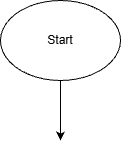
CarlaDub/holbertonschool-printf keeps this draw.io diagram as Projet printf.drawio.png. Above is the earlier version. Source tidied: cells renumbered, new cells last; positions are measured from the earlier drawing's top-left corner, leaving out a move shared by most shapes. The source it was exported from:
```xml
<mxGraphModel>
  <root>
    <mxCell id="0" />
    <mxCell id="1" parent="0" />
    <mxCell id="2" style="edgeStyle=orthogonalEdgeStyle;rounded=0;jettySize=auto;html=1;exitX=0.5;exitY=1;exitDx=0;exitDy=0;defaultLabelBackgroundColor=page;labelPadding=0 4;" parent="1" edge="1" source="3">
      <mxGeometry relative="1" as="geometry">
        <mxPoint x="60" y="140" as="targetPoint" />
      </mxGeometry>
    </mxCell>
    <mxCell id="3" style="ellipse;whiteSpace=wrap;html=1;shapeInside=1;" parent="1" vertex="1">
      <mxGeometry width="120" height="80" as="geometry" />
    </mxCell>
    <mxCell id="4" value="Start" style="text;html=1;whiteSpace=wrap;strokeColor=none;fillColor=none;align=center;verticalAlign=middle;rounded=0;" parent="1" vertex="1">
      <mxGeometry x="30" y="25" width="60" height="30" as="geometry" />
    </mxCell>
  </root>
</mxGraphModel>
```
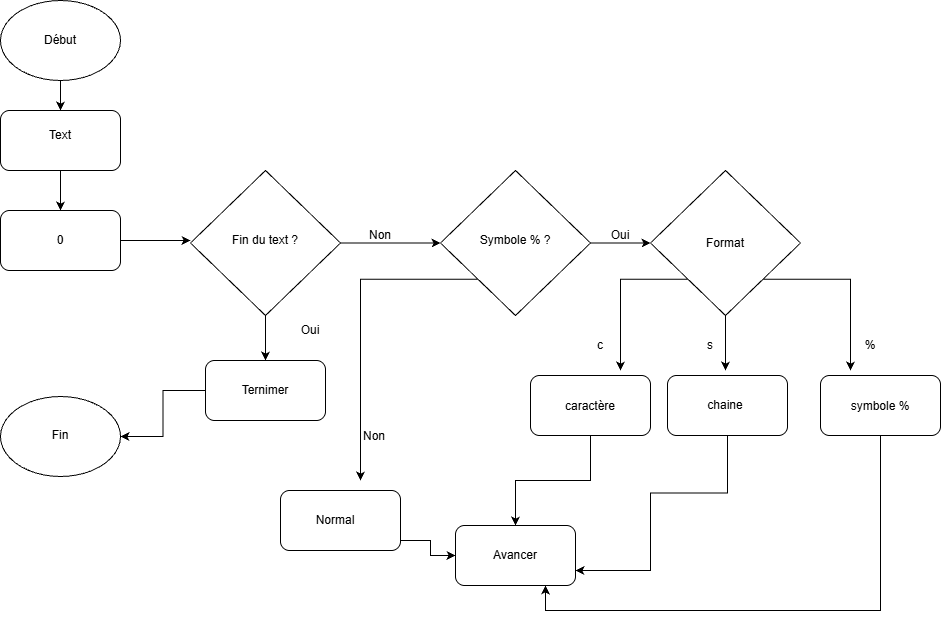
Later version of the same file.

Commit message:
Mettre à jour Projet printf.drawio.png

Change to the diagram source:
```diff
@@ -2,16 +2,185 @@
   <root>
     <mxCell id="0" />
     <mxCell id="1" parent="0" />
-    <mxCell id="2" style="edgeStyle=orthogonalEdgeStyle;rounded=0;jettySize=auto;html=1;exitX=0.5;exitY=1;exitDx=0;exitDy=0;defaultLabelBackgroundColor=page;labelPadding=0 4;" parent="1" edge="1" source="3">
-      <mxGeometry relative="1" as="geometry">
-        <mxPoint x="60" y="140" as="targetPoint" />
-      </mxGeometry>
+    <mxCell id="2" style="edgeStyle=orthogonalEdgeStyle;rounded=0;jettySize=auto;html=1;exitX=0.5;exitY=1;exitDx=0;exitDy=0;defaultLabelBackgroundColor=page;labelPadding=0 4;" parent="1" edge="1" source="3" target="7">
+      <mxGeometry relative="1" as="geometry" />
     </mxCell>
     <mxCell id="3" style="ellipse;whiteSpace=wrap;html=1;shapeInside=1;" parent="1" vertex="1">
       <mxGeometry width="120" height="80" as="geometry" />
     </mxCell>
-    <mxCell id="4" value="Start" style="text;html=1;whiteSpace=wrap;strokeColor=none;fillColor=none;align=center;verticalAlign=middle;rounded=0;" parent="1" vertex="1">
+    <mxCell id="4" value="Début" style="text;html=1;whiteSpace=wrap;strokeColor=none;fillColor=none;align=center;verticalAlign=middle;rounded=0;" parent="1" vertex="1">
       <mxGeometry x="30" y="25" width="60" height="30" as="geometry" />
     </mxCell>
+    <mxCell id="5" style="edgeStyle=orthogonalEdgeStyle;rounded=0;jettySize=auto;html=1;defaultLabelBackgroundColor=page;labelPadding=0 4;" parent="1" edge="1" source="7" target="8">
+      <mxGeometry relative="1" as="geometry" />
+    </mxCell>
+    <mxCell id="6" style="edgeStyle=orthogonalEdgeStyle;rounded=0;jettySize=auto;html=1;exitX=0.5;exitY=1;exitDx=0;exitDy=0;defaultLabelBackgroundColor=page;labelPadding=0 4;" parent="1" edge="1" source="7">
+      <mxGeometry relative="1" as="geometry">
+        <mxPoint x="60" y="210" as="targetPoint" />
+      </mxGeometry>
+    </mxCell>
+    <mxCell id="7" style="rounded=1;whiteSpace=wrap;html=1;roundedPerimeter=1;" parent="1" vertex="1">
+      <mxGeometry y="110" width="120" height="60" as="geometry" />
+    </mxCell>
+    <mxCell id="8" value="Text" style="text;html=1;whiteSpace=wrap;strokeColor=none;fillColor=none;align=center;verticalAlign=middle;rounded=0;" parent="1" vertex="1">
+      <mxGeometry x="30" y="120" width="60" height="30" as="geometry" />
+    </mxCell>
+    <mxCell id="9" style="edgeStyle=orthogonalEdgeStyle;rounded=0;jettySize=auto;html=1;exitX=1;exitY=0.5;exitDx=0;exitDy=0;defaultLabelBackgroundColor=page;labelPadding=0 4;" parent="1" edge="1" source="10">
+      <mxGeometry relative="1" as="geometry">
+        <mxPoint x="190" y="240" as="targetPoint" />
+      </mxGeometry>
+    </mxCell>
+    <mxCell id="10" style="rounded=1;whiteSpace=wrap;html=1;roundedPerimeter=1;" parent="1" vertex="1">
+      <mxGeometry y="210" width="120" height="60" as="geometry" />
+    </mxCell>
+    <mxCell id="11" value="0" style="text;html=1;whiteSpace=wrap;strokeColor=none;fillColor=none;align=center;verticalAlign=middle;rounded=0;" parent="1" vertex="1">
+      <mxGeometry x="30" y="225" width="60" height="30" as="geometry" />
+    </mxCell>
+    <mxCell id="12" style="edgeStyle=orthogonalEdgeStyle;rounded=0;jettySize=auto;html=1;exitX=1;exitY=0.5;exitDx=0;exitDy=0;entryX=0;entryY=0.5;entryDx=0;entryDy=0;defaultLabelBackgroundColor=page;labelPadding=0 4;" parent="1" edge="1" source="14" target="18">
+      <mxGeometry relative="1" as="geometry" />
+    </mxCell>
+    <mxCell id="13" style="edgeStyle=orthogonalEdgeStyle;rounded=0;jettySize=auto;html=1;exitX=0.5;exitY=1;exitDx=0;exitDy=0;defaultLabelBackgroundColor=page;labelPadding=0 4;" parent="1" edge="1" source="14">
+      <mxGeometry relative="1" as="geometry">
+        <mxPoint x="265" y="360" as="targetPoint" />
+      </mxGeometry>
+    </mxCell>
+    <mxCell id="14" style="rhombus;whiteSpace=wrap;html=1;shapeInside=1;" parent="1" vertex="1">
+      <mxGeometry x="190" y="170" width="150" height="145" as="geometry" />
+    </mxCell>
+    <mxCell id="15" value="Fin du text ?" style="text;html=1;whiteSpace=wrap;strokeColor=none;fillColor=none;align=center;verticalAlign=middle;rounded=0;" parent="1" vertex="1">
+      <mxGeometry x="225" y="225" width="80" height="30" as="geometry" />
+    </mxCell>
+    <mxCell id="16" style="edgeStyle=orthogonalEdgeStyle;rounded=0;jettySize=auto;html=1;defaultLabelBackgroundColor=page;labelPadding=0 4;" parent="1" edge="1" source="18">
+      <mxGeometry relative="1" as="geometry">
+        <mxPoint x="650" y="242.5" as="targetPoint" />
+      </mxGeometry>
+    </mxCell>
+    <mxCell id="17" style="edgeStyle=orthogonalEdgeStyle;rounded=0;jettySize=auto;html=1;exitX=0;exitY=1;exitDx=0;exitDy=0;defaultLabelBackgroundColor=page;labelPadding=0 4;" parent="1" edge="1" source="18">
+      <mxGeometry relative="1" as="geometry">
+        <mxPoint x="360" y="480" as="targetPoint" />
+      </mxGeometry>
+    </mxCell>
+    <mxCell id="18" style="rhombus;whiteSpace=wrap;html=1;shapeInside=1;" parent="1" vertex="1">
+      <mxGeometry x="440" y="170" width="150" height="145" as="geometry" />
+    </mxCell>
+    <mxCell id="19" value="Symbole % ?" style="text;html=1;whiteSpace=wrap;strokeColor=none;fillColor=none;align=center;verticalAlign=middle;rounded=0;" parent="1" vertex="1">
+      <mxGeometry x="475" y="225" width="80" height="30" as="geometry" />
+    </mxCell>
+    <mxCell id="20" value="Non" style="text;html=1;whiteSpace=wrap;strokeColor=none;fillColor=none;align=center;verticalAlign=middle;rounded=0;" parent="1" vertex="1">
+      <mxGeometry x="350" y="220" width="60" height="30" as="geometry" />
+    </mxCell>
+    <mxCell id="21" style="edgeStyle=orthogonalEdgeStyle;rounded=0;jettySize=auto;html=1;exitX=0;exitY=0.5;exitDx=0;exitDy=0;defaultLabelBackgroundColor=page;labelPadding=0 4;" parent="1" edge="1" source="22" target="49">
+      <mxGeometry relative="1" as="geometry" />
+    </mxCell>
+    <mxCell id="22" style="rounded=1;whiteSpace=wrap;html=1;roundedPerimeter=1;" parent="1" vertex="1">
+      <mxGeometry x="205" y="360" width="120" height="60" as="geometry" />
+    </mxCell>
+    <mxCell id="23" value="Ternimer" style="text;html=1;whiteSpace=wrap;strokeColor=none;fillColor=none;align=center;verticalAlign=middle;rounded=0;" parent="1" vertex="1">
+      <mxGeometry x="235" y="375" width="60" height="30" as="geometry" />
+    </mxCell>
+    <mxCell id="24" value="Oui" style="text;html=1;whiteSpace=wrap;strokeColor=none;fillColor=none;align=center;verticalAlign=middle;rounded=0;" parent="1" vertex="1">
+      <mxGeometry x="280" y="315" width="60" height="30" as="geometry" />
+    </mxCell>
+    <mxCell id="25" style="edgeStyle=orthogonalEdgeStyle;rounded=0;jettySize=auto;html=1;exitX=0;exitY=1;exitDx=0;exitDy=0;defaultLabelBackgroundColor=page;labelPadding=0 4;" parent="1" edge="1" source="28">
+      <mxGeometry relative="1" as="geometry">
+        <mxPoint x="620" y="370" as="targetPoint" />
+      </mxGeometry>
+    </mxCell>
+    <mxCell id="26" style="edgeStyle=orthogonalEdgeStyle;rounded=0;jettySize=auto;html=1;exitX=1;exitY=1;exitDx=0;exitDy=0;defaultLabelBackgroundColor=page;labelPadding=0 4;" parent="1" edge="1" source="28">
+      <mxGeometry x="-0.12" relative="1" as="geometry">
+        <mxPoint x="850" y="370" as="targetPoint" />
+      </mxGeometry>
+    </mxCell>
+    <mxCell id="27" style="edgeStyle=orthogonalEdgeStyle;rounded=0;jettySize=auto;html=1;exitX=0.5;exitY=1;exitDx=0;exitDy=0;defaultLabelBackgroundColor=page;labelPadding=0 4;" parent="1" edge="1" source="28">
+      <mxGeometry relative="1" as="geometry">
+        <mxPoint x="725" y="370" as="targetPoint" />
+      </mxGeometry>
+    </mxCell>
+    <mxCell id="28" style="rhombus;whiteSpace=wrap;html=1;shapeInside=1;" parent="1" vertex="1">
+      <mxGeometry x="650" y="170" width="150" height="145" as="geometry" />
+    </mxCell>
+    <mxCell id="29" value="Format" style="text;html=1;whiteSpace=wrap;strokeColor=none;fillColor=none;align=center;verticalAlign=middle;rounded=0;" parent="1" vertex="1">
+      <mxGeometry x="695" y="228" width="60" height="30" as="geometry" />
+    </mxCell>
+    <mxCell id="30" value="c" style="text;html=1;whiteSpace=wrap;strokeColor=none;fillColor=none;align=center;verticalAlign=middle;rounded=0;" parent="1" vertex="1">
+      <mxGeometry x="570" y="330" width="60" height="30" as="geometry" />
+    </mxCell>
+    <mxCell id="31" value="s" style="text;html=1;whiteSpace=wrap;strokeColor=none;fillColor=none;align=center;verticalAlign=middle;rounded=0;" parent="1" vertex="1">
+      <mxGeometry x="680" y="330" width="60" height="30" as="geometry" />
+    </mxCell>
+    <mxCell id="32" value="%" style="text;html=1;whiteSpace=wrap;strokeColor=none;fillColor=none;align=center;verticalAlign=middle;rounded=0;" parent="1" vertex="1">
+      <mxGeometry x="840" y="330" width="60" height="30" as="geometry" />
+    </mxCell>
+    <mxCell id="33" style="rounded=1;whiteSpace=wrap;html=1;roundedPerimeter=1;" parent="1" vertex="1">
+      <mxGeometry x="530" y="375" width="120" height="60" as="geometry" />
+    </mxCell>
+    <mxCell id="34" style="edgeStyle=orthogonalEdgeStyle;rounded=0;jettySize=auto;html=1;defaultLabelBackgroundColor=page;labelPadding=0 4;entryX=1;entryY=0.75;entryDx=0;entryDy=0;" parent="1" edge="1" source="35" target="42">
+      <mxGeometry x="-0.51" relative="1" as="geometry">
+        <Array as="points">
+          <mxPoint x="727" y="492.5" />
+          <mxPoint x="650" y="492.5" />
+          <mxPoint x="650" y="570" />
+        </Array>
+      </mxGeometry>
+    </mxCell>
+    <mxCell id="35" style="rounded=1;whiteSpace=wrap;html=1;roundedPerimeter=1;" parent="1" vertex="1">
+      <mxGeometry x="667" y="375" width="120" height="60" as="geometry" />
+    </mxCell>
+    <mxCell id="36" style="edgeStyle=orthogonalEdgeStyle;rounded=0;jettySize=auto;html=1;defaultLabelBackgroundColor=page;labelPadding=0 4;entryX=0.75;entryY=1;entryDx=0;entryDy=0;" parent="1" edge="1" source="37" target="42">
+      <mxGeometry x="-0.52" relative="1" as="geometry">
+        <Array as="points">
+          <mxPoint x="880" y="610" />
+          <mxPoint x="545" y="610" />
+        </Array>
+      </mxGeometry>
+    </mxCell>
+    <mxCell id="37" style="rounded=1;whiteSpace=wrap;html=1;roundedPerimeter=1;" parent="1" vertex="1">
+      <mxGeometry x="820" y="375" width="120" height="60" as="geometry" />
+    </mxCell>
+    <mxCell id="38" style="edgeStyle=orthogonalEdgeStyle;rounded=0;jettySize=auto;html=1;entryX=0.5;entryY=0;entryDx=0;entryDy=0;defaultLabelBackgroundColor=page;labelPadding=0 4;exitX=0.5;exitY=1;exitDx=0;exitDy=0;" parent="1" edge="1" source="33" target="42">
+      <mxGeometry relative="1" as="geometry" />
+    </mxCell>
+    <mxCell id="39" value="caractère" style="text;html=1;whiteSpace=wrap;strokeColor=none;fillColor=none;align=center;verticalAlign=middle;rounded=0;" parent="1" vertex="1">
+      <mxGeometry x="560" y="391" width="60" height="30" as="geometry" />
+    </mxCell>
+    <mxCell id="40" value="symbole %" style="text;html=1;whiteSpace=wrap;strokeColor=none;fillColor=none;align=center;verticalAlign=middle;rounded=0;" parent="1" vertex="1">
+      <mxGeometry x="840" y="391" width="80" height="30" as="geometry" />
+    </mxCell>
+    <mxCell id="41" value="chaine" style="text;html=1;whiteSpace=wrap;strokeColor=none;fillColor=none;align=center;verticalAlign=middle;rounded=0;" parent="1" vertex="1">
+      <mxGeometry x="695" y="390" width="60" height="30" as="geometry" />
+    </mxCell>
+    <mxCell id="42" style="rounded=1;whiteSpace=wrap;html=1;roundedPerimeter=1;" parent="1" vertex="1">
+      <mxGeometry x="455" y="525" width="120" height="60" as="geometry" />
+    </mxCell>
+    <mxCell id="43" value="Avancer" style="text;html=1;whiteSpace=wrap;strokeColor=none;fillColor=none;align=center;verticalAlign=middle;rounded=0;" parent="1" vertex="1">
+      <mxGeometry x="485" y="540" width="60" height="30" as="geometry" />
+    </mxCell>
+    <mxCell id="44" style="edgeStyle=orthogonalEdgeStyle;rounded=0;jettySize=auto;html=1;exitX=1;exitY=0.5;exitDx=0;exitDy=0;defaultLabelBackgroundColor=page;labelPadding=0 4;entryX=0;entryY=0.5;entryDx=0;entryDy=0;" parent="1" edge="1" source="45" target="42">
+      <mxGeometry x="-0.22" relative="1" as="geometry">
+        <Array as="points">
+          <mxPoint x="400" y="540" />
+          <mxPoint x="430" y="540" />
+          <mxPoint x="430" y="555" />
+        </Array>
+      </mxGeometry>
+    </mxCell>
+    <mxCell id="45" style="rounded=1;whiteSpace=wrap;html=1;roundedPerimeter=1;" parent="1" vertex="1">
+      <mxGeometry x="280" y="490" width="120" height="60" as="geometry" />
+    </mxCell>
+    <mxCell id="46" value="Normal" style="text;html=1;whiteSpace=wrap;strokeColor=none;fillColor=none;align=center;verticalAlign=middle;rounded=0;" parent="1" vertex="1">
+      <mxGeometry x="305" y="505" width="60" height="30" as="geometry" />
+    </mxCell>
+    <mxCell id="47" value="Non" style="text;html=1;whiteSpace=wrap;strokeColor=none;fillColor=none;align=center;verticalAlign=middle;rounded=0;" parent="1" vertex="1">
+      <mxGeometry x="344" y="421" width="60" height="30" as="geometry" />
+    </mxCell>
+    <mxCell id="48" value="Oui" style="text;html=1;whiteSpace=wrap;strokeColor=none;fillColor=none;align=center;verticalAlign=middle;rounded=0;" parent="1" vertex="1">
+      <mxGeometry x="590" y="220" width="60" height="30" as="geometry" />
+    </mxCell>
+    <mxCell id="49" style="ellipse;whiteSpace=wrap;html=1;shapeInside=1;" parent="1" vertex="1">
+      <mxGeometry y="396" width="120" height="80" as="geometry" />
+    </mxCell>
+    <mxCell id="50" value="Fin" style="text;html=1;whiteSpace=wrap;strokeColor=none;fillColor=none;align=center;verticalAlign=middle;rounded=0;" parent="1" vertex="1">
+      <mxGeometry x="30" y="420" width="60" height="30" as="geometry" />
+    </mxCell>
   </root>
 </mxGraphModel>
```
